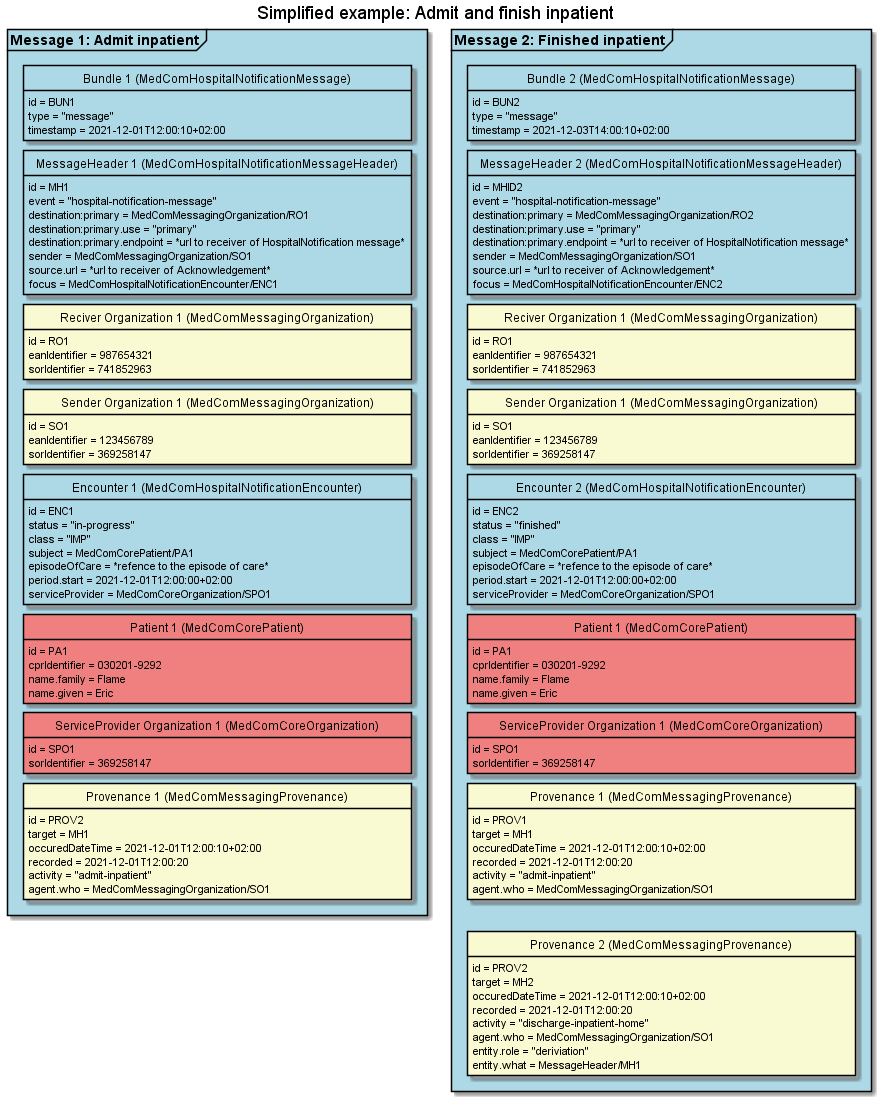
The PlantUML diagram docs/documentation/HNAdmitFinish.png in tmsMedcom/GitHubPagesTest, before a commit.
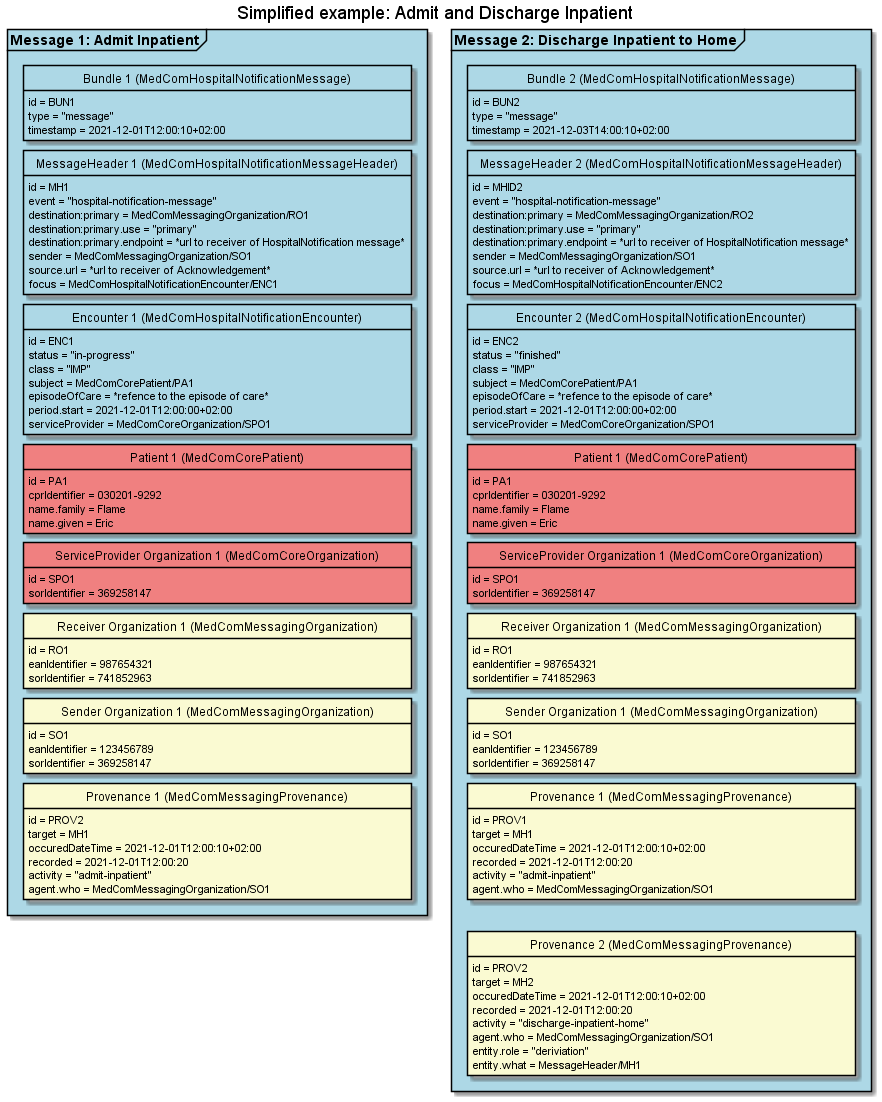
Above is the later version.

The edit, as a diff of the source:
```diff
@@ -11,9 +11,9 @@
 skinparam Ranksep 10
 
 
-title Simplified example: Admit and finish inpatient
+title Simplified example: Admit and Discharge Inpatient
 
-package "Message 1: Admit inpatient" as admit <<Frame>> #LightBlue{
+package "Message 1: Admit Inpatient" as admit <<Frame>> #LightBlue{
     class "Bundle 1 (MedComHospitalNotificationMessage)" as admitB #LightBlue{
         id = BUN1
         type = "message"
@@ -28,16 +28,6 @@
         sender = MedComMessagingOrganization/SO1
         source.url = *url to receiver of Acknowledgement*
         focus = MedComHospitalNotificationEncounter/ENC1
-    }
-    class "Reciver Organization 1 (MedComMessagingOrganization)" as admitROrg #LightGoldenRodYellow{
-        id = RO1
-        eanIdentifier = 987654321
-        sorIdentifier = 741852963
-    }
-    class "Sender Organization 1 (MedComMessagingOrganization)" as admitSOrg #LightGoldenRodYellow{
-        id = SO1
-        eanIdentifier = 123456789
-        sorIdentifier = 369258147
     }
     class "Encounter 1 (MedComHospitalNotificationEncounter)" as admitENC #LightBlue{
         id = ENC1
@@ -58,6 +48,16 @@
         id = SPO1
         sorIdentifier = 369258147
     }
+    class "Receiver Organization 1 (MedComMessagingOrganization)" as admitROrg #LightGoldenRodYellow{
+        id = RO1
+        eanIdentifier = 987654321
+        sorIdentifier = 741852963
+    }
+    class "Sender Organization 1 (MedComMessagingOrganization)" as admitSOrg #LightGoldenRodYellow{
+        id = SO1
+        eanIdentifier = 123456789
+        sorIdentifier = 369258147
+    }
     class "Provenance 1 (MedComMessagingProvenance)" as admitPRO #LightGoldenRodYellow{
         id = PROV2
         target = MH1
@@ -68,15 +68,15 @@
     }
 
 admitB -[hidden]- admitMH
-admitMH -[hidden]- admitROrg
-admitROrg-[hidden]-admitSOrg
-admitSOrg-[hidden]-admitENC
+admitMH -[hidden]- admitENC
 admitENC-[hidden]-admitPT
 admitPT-[hidden]-admitSPOrg
-admitSPOrg-[hidden]-admitPRO
+admitSPOrg-[hidden]-admitROrg
+admitROrg-[hidden]-admitSOrg
+admitSOrg-[hidden]-admitPRO
 }
 
-package "Message 2: Finished inpatient" as finished <<Frame>> #LightBlue{
+package "Message 2: Discharge Inpatient to Home" as finished <<Frame>> #LightBlue{
     class "Bundle 2 (MedComHospitalNotificationMessage)" as finishedB #LightBlue{
         id = BUN2
         type = "message"
@@ -91,16 +91,6 @@
         sender = MedComMessagingOrganization/SO1
         source.url = *url to receiver of Acknowledgement*
         focus = MedComHospitalNotificationEncounter/ENC2
-    }
-    class "Reciver Organization 1 (MedComMessagingOrganization)" as finishedROrg #LightGoldenRodYellow{
-        id = RO1
-        eanIdentifier = 987654321
-        sorIdentifier = 741852963
-    }
-    class "Sender Organization 1 (MedComMessagingOrganization)" as finishedSOrg #LightGoldenRodYellow{
-        id = SO1
-        eanIdentifier = 123456789
-        sorIdentifier = 369258147
     }
     class "Encounter 2 (MedComHospitalNotificationEncounter)" as finishedENC #LightBlue{
         id = ENC2
@@ -119,6 +109,16 @@
     }
     class "ServiceProvider Organization 1 (MedComCoreOrganization)" as finishedSPOrg #LightCoral{
         id = SPO1
+        sorIdentifier = 369258147
+    }
+    class "Receiver Organization 1 (MedComMessagingOrganization)" as finishedROrg #LightGoldenRodYellow{
+        id = RO1
+        eanIdentifier = 987654321
+        sorIdentifier = 741852963
+    }
+    class "Sender Organization 1 (MedComMessagingOrganization)" as finishedSOrg #LightGoldenRodYellow{
+        id = SO1
+        eanIdentifier = 123456789
         sorIdentifier = 369258147
     }
     class "Provenance 1 (MedComMessagingProvenance)" as admitfinishedPRO #LightGoldenRodYellow{
@@ -140,12 +140,12 @@
         entity.what = MessageHeader/MH1
     }
 finishedB-[hidden]-finishedMH
-finishedMH-[hidden]-finishedROrg
-finishedROrg-[hidden]-finishedSOrg
-finishedSOrg-[hidden]-finishedENC
+finishedMH-[hidden]-finishedENC
 finishedENC-[hidden]-finishedPT
 finishedPT-[hidden]-finishedSPOrg
-finishedSPOrg-[hidden]-admitfinishedPRO
+finishedSPOrg-[hidden]-finishedROrg
+finishedROrg-[hidden]-finishedSOrg
+finishedSOrg-[hidden]-admitfinishedPRO
 admitfinishedPRO-[hidden]-finishedPRO
 
 }
```
